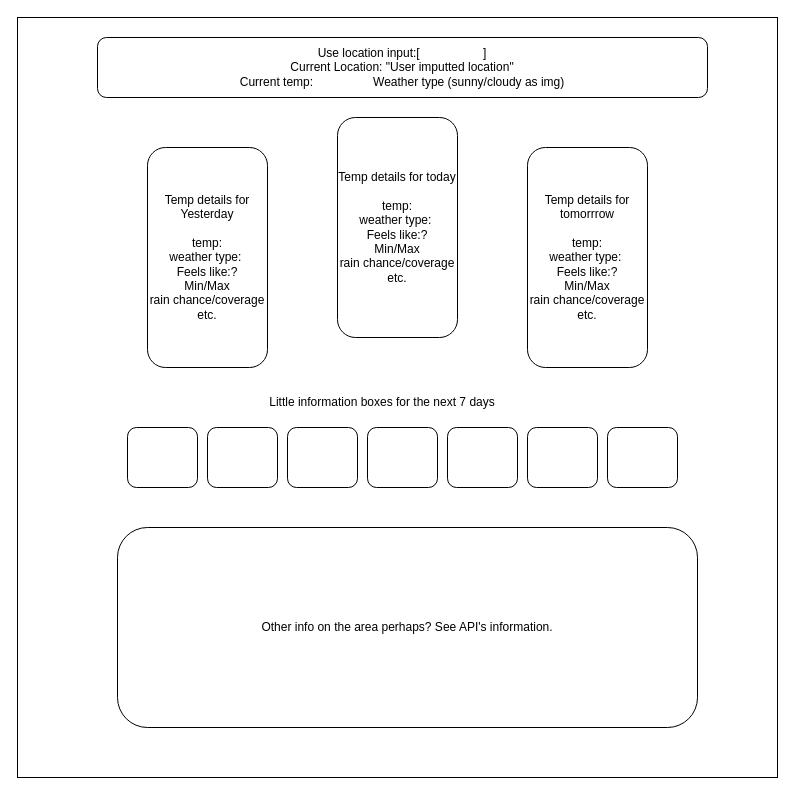
Above: page "Design Outline" (1 of 7) of Planner.drawio in DayHikari/WeatherApp (draw.io), before the change. Source tidied: cells renumbered, new cells numbered last; positions are measured from the earlier drawing's top-left corner, leaving out a move shared by most shapes. Both pictures are drawn from the tidied source at 100%, with x=0, y=0 at pixel (17, 17).
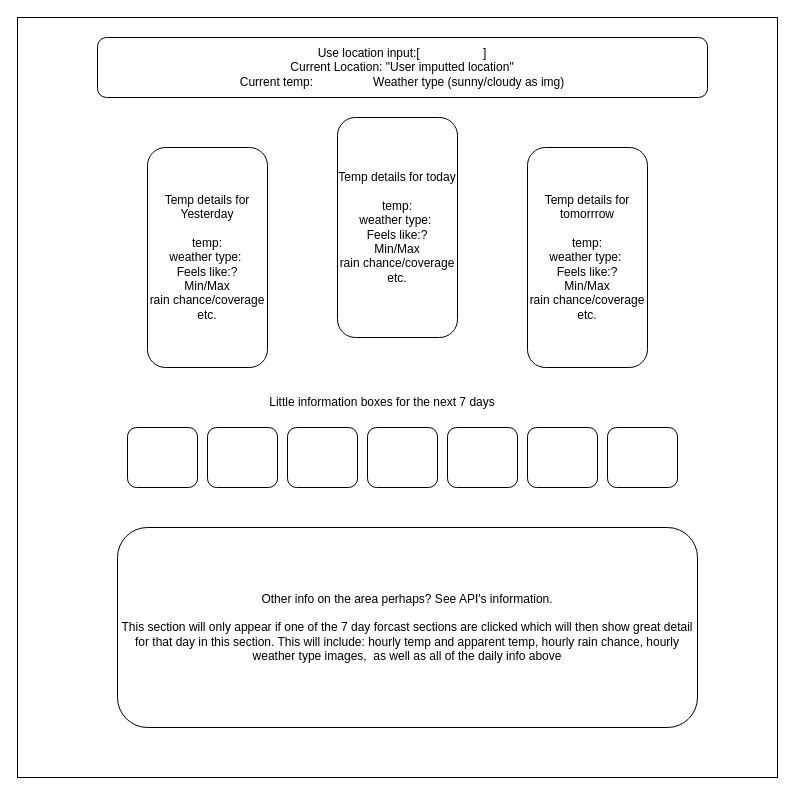
Above is the later version.

Commit message:
Plan for next Sprint complete

What changed in the source:
```diff
@@
 <mxGraphModel>
   <root>
     <mxCell id="0" />
     <mxCell id="1" parent="0" />
     <mxCell id="2" style="rounded=0;whiteSpace=wrap;html=1;" parent="1" vertex="1">
       <mxGeometry width="760" height="760" as="geometry" />
     </mxCell>
     <mxCell id="3" value="Use location input:[&amp;nbsp; &amp;nbsp; &amp;nbsp; &amp;nbsp; &amp;nbsp; &amp;nbsp; &amp;nbsp; &amp;nbsp; &amp;nbsp; &amp;nbsp;]&lt;br&gt;Current Location: &quot;User imputted location&quot;&lt;br&gt;Current temp:&lt;span style=&quot;white-space: pre;&quot;&gt;&#9;&lt;/span&gt;&lt;span style=&quot;white-space: pre;&quot;&gt;&#9;&lt;/span&gt;&lt;span style=&quot;white-space: pre;&quot;&gt;&#9;&lt;/span&gt;Weather type (sunny/cloudy as img)" style="rounded=1;whiteSpace=wrap;html=1;" parent="1" vertex="1">
       <mxGeometry x="80" y="20" width="610" height="60" as="geometry" />
     </mxCell>
     <mxCell id="4" value="Temp details for today&lt;br&gt;&lt;br&gt;temp:&lt;br&gt;weather type:&amp;nbsp;&lt;br&gt;Feels like:?&lt;br&gt;Min/Max&lt;br&gt;rain chance/coverage&lt;br&gt;etc." style="rounded=1;whiteSpace=wrap;html=1;" parent="1" vertex="1">
       <mxGeometry x="320" y="100" width="120" height="220" as="geometry" />
     </mxCell>
     <mxCell id="5" value="Temp details for tomorrrow&lt;br&gt;&lt;br&gt;temp:&lt;br&gt;weather type:&amp;nbsp;&lt;br&gt;Feels like:?&lt;br&gt;Min/Max&lt;br&gt;rain chance/coverage&lt;br&gt;etc." style="rounded=1;whiteSpace=wrap;html=1;" parent="1" vertex="1">
       <mxGeometry x="510" y="130" width="120" height="220" as="geometry" />
     </mxCell>
     <mxCell id="6" value="Temp details for Yesterday&lt;br&gt;&lt;br&gt;temp:&lt;br&gt;weather type:&amp;nbsp;&lt;br&gt;Feels like:?&lt;br&gt;Min/Max&lt;br&gt;rain chance/coverage&lt;br&gt;etc." style="rounded=1;whiteSpace=wrap;html=1;" parent="1" vertex="1">
       <mxGeometry x="130" y="130" width="120" height="220" as="geometry" />
     </mxCell>
     <mxCell id="7" style="rounded=1;whiteSpace=wrap;html=1;" parent="1" vertex="1">
       <mxGeometry x="350" y="410" width="70" height="60" as="geometry" />
     </mxCell>
     <mxCell id="8" style="rounded=1;whiteSpace=wrap;html=1;" parent="1" vertex="1">
       <mxGeometry x="270" y="410" width="70" height="60" as="geometry" />
     </mxCell>
     <mxCell id="9" style="rounded=1;whiteSpace=wrap;html=1;" parent="1" vertex="1">
       <mxGeometry x="190" y="410" width="70" height="60" as="geometry" />
     </mxCell>
     <mxCell id="10" style="rounded=1;whiteSpace=wrap;html=1;" parent="1" vertex="1">
       <mxGeometry x="430" y="410" width="70" height="60" as="geometry" />
     </mxCell>
     <mxCell id="11" style="rounded=1;whiteSpace=wrap;html=1;" parent="1" vertex="1">
       <mxGeometry x="510" y="410" width="70" height="60" as="geometry" />
     </mxCell>
     <mxCell id="12" style="rounded=1;whiteSpace=wrap;html=1;" parent="1" vertex="1">
       <mxGeometry x="590" y="410" width="70" height="60" as="geometry" />
     </mxCell>
     <mxCell id="13" style="rounded=1;whiteSpace=wrap;html=1;" parent="1" vertex="1">
       <mxGeometry x="110" y="410" width="70" height="60" as="geometry" />
     </mxCell>
     <mxCell id="14" value="Little information boxes for the next 7 days" style="text;html=1;strokeColor=none;fillColor=none;align=center;verticalAlign=middle;whiteSpace=wrap;rounded=0;" parent="1" vertex="1">
       <mxGeometry x="160" y="370" width="410" height="30" as="geometry" />
     </mxCell>
-    <mxCell id="15" value="Other info on the area perhaps? See API's information." style="rounded=1;whiteSpace=wrap;html=1;" parent="1" vertex="1">
+    <mxCell id="15" value="Other info on the area perhaps? See API's information.&lt;br&gt;&lt;br&gt;This section will only appear if one of the 7 day forcast sections are clicked which will then show great detail for that day in this section. This will include: hourly temp and apparent temp, hourly rain chance, hourly weather type images,&amp;nbsp; as well as all of the daily info above" style="rounded=1;whiteSpace=wrap;html=1;" parent="1" vertex="1">
       <mxGeometry x="100" y="510" width="580" height="200" as="geometry" />
     </mxCell>
   </root>
 </mxGraphModel>
```
